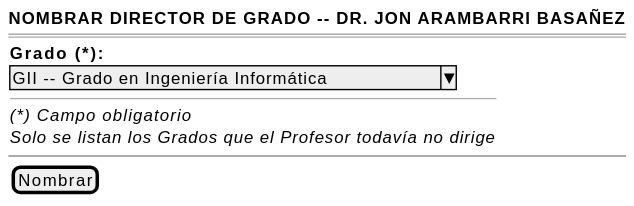
Earlier version of the PlantUML export images/RUP/01-requisitos/03-detalle-casos-uso/definirDirectorPrograma/wireframe.svg (mmasias/pyCeldaPublico). Its diagram source:
```plantuml
@startsalt definirDirectorGrado-wireframe
{
    <b>NOMBRAR DIRECTOR DE GRADO -- DR. JON ARAMBARRI BASAÑEZ</b>
    ====
    {
        <b>Grado (*):</b>
        ^GII -- Grado en Ingeniería Informática^
        --
        <i>(*) Campo obligatorio</i>
        <i>Solo se listan los Grados que el Profesor todavía no dirige</i>
    }
    ~~
    {[Nombrar]}
}
@endsalt
```
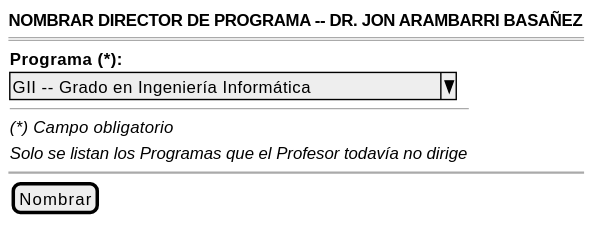
Above is the later version.

What changed in the source:
```diff
@@ -1,13 +1,13 @@
-@startsalt definirDirectorGrado-wireframe
+@startsalt definirDirectorPrograma-wireframe
 {
-    <b>NOMBRAR DIRECTOR DE GRADO -- DR. JON ARAMBARRI BASAÑEZ</b>
+    <b>NOMBRAR DIRECTOR DE PROGRAMA -- DR. JON ARAMBARRI BASAÑEZ</b>
     ====
     {
-        <b>Grado (*):</b>
+        <b>Programa (*):</b>
         ^GII -- Grado en Ingeniería Informática^
         --
         <i>(*) Campo obligatorio</i>
-        <i>Solo se listan los Grados que el Profesor todavía no dirige</i>
+        <i>Solo se listan los Programas que el Profesor todavía no dirige</i>
     }
     ~~
     {[Nombrar]}
```
